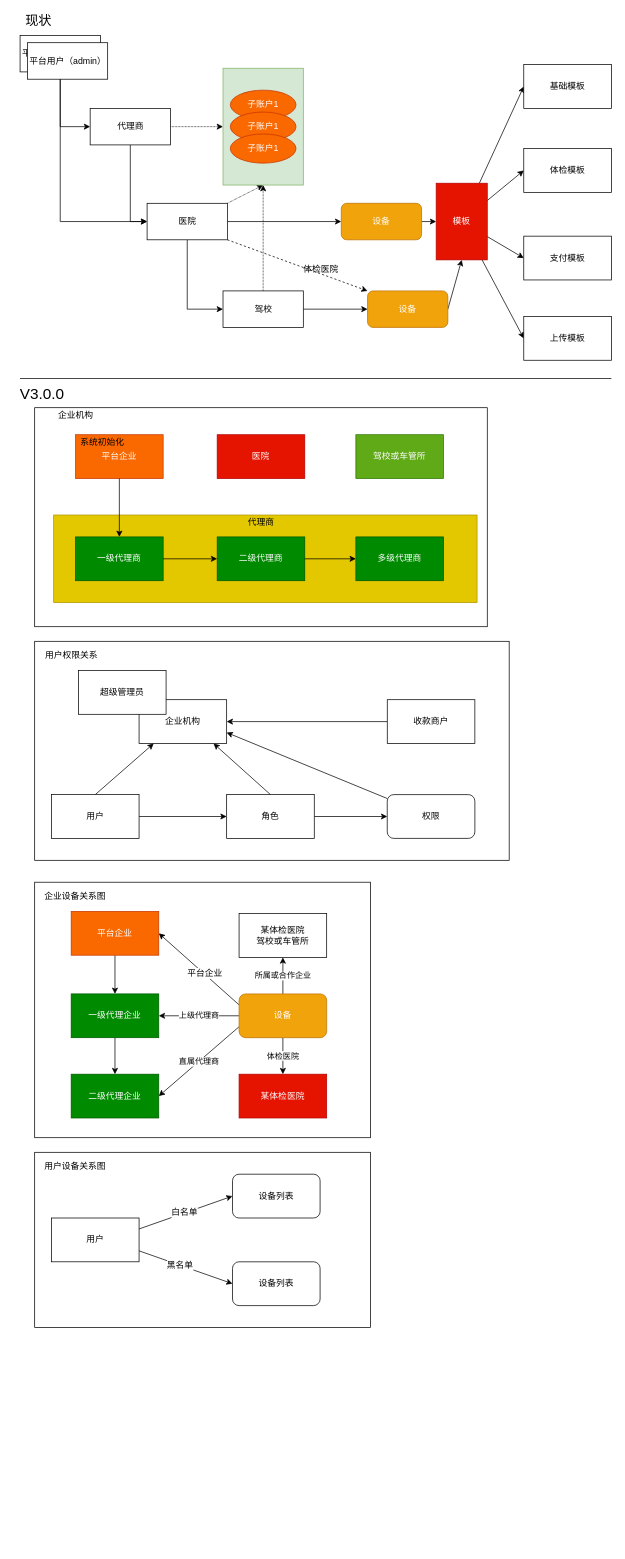
FifteenLab/test keeps this draw.io diagram as page "用户体系模型" (3 of 5) of V3.0.0.drawio. Above is the earlier version. Source tidied: cells renumbered, new cells numbered last; positions are measured from the earlier drawing's top-left corner, leaving out a move shared by most shapes. Both pictures are drawn from the tidied source at 73%, with x=0, y=0 at pixel (12, 13).
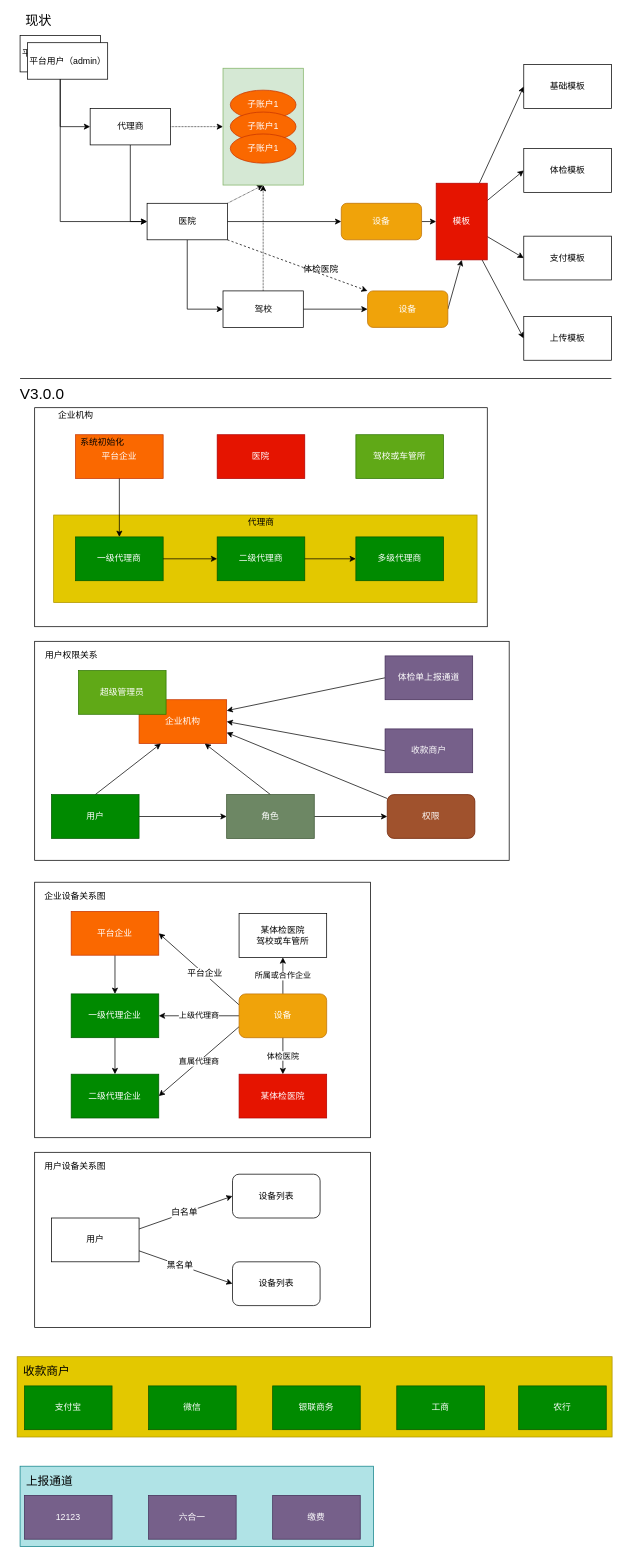
Above is the later version.

Change to the diagram source:
```diff
@@
+    <mxCell id="98" style="rounded=0;whiteSpace=wrap;html=1;fillColor=#b0e3e6;strokeColor=#0e8088;" parent="1" vertex="1">
+      <mxGeometry x="10" y="1990" width="484" height="110" as="geometry" />
+    </mxCell>
@@
-    <mxCell id="51" value="企业机构" style="rounded=0;whiteSpace=wrap;html=1;" parent="1" vertex="1">
+    <mxCell id="51" value="企业机构" style="rounded=0;whiteSpace=wrap;html=1;fillColor=#fa6800;strokeColor=#C73500;fontColor=#ffffff;" parent="1" vertex="1">
       <mxGeometry x="173" y="940" width="120" height="60" as="geometry" />
     </mxCell>
-    <mxCell id="52" style="edgeStyle=none;rounded=0;jettySize=auto;html=1;exitX=0.5;exitY=0;exitDx=0;exitDy=0;entryX=0.85;entryY=1;entryDx=0;entryDy=0;entryPerimeter=0;" parent="1" edge="1" source="54" target="51">
+    <mxCell id="52" style="edgeStyle=none;rounded=0;jettySize=auto;html=1;exitX=0.5;exitY=0;exitDx=0;exitDy=0;entryX=0.75;entryY=1;entryDx=0;entryDy=0;" parent="1" edge="1" source="54" target="51">
       <mxGeometry relative="1" as="geometry" />
     </mxCell>
@@
-    <mxCell id="54" value="角色" style="rounded=0;whiteSpace=wrap;html=1;" parent="1" vertex="1">
+    <mxCell id="54" value="角色" style="rounded=0;whiteSpace=wrap;html=1;fillColor=#6d8764;strokeColor=#3A5431;fontColor=#ffffff;" parent="1" vertex="1">
       <mxGeometry x="293" y="1070" width="120" height="60" as="geometry" />
     </mxCell>
-    <mxCell id="55" style="edgeStyle=none;rounded=0;jettySize=auto;html=1;exitX=0.5;exitY=0;exitDx=0;exitDy=0;entryX=0.167;entryY=1;entryDx=0;entryDy=0;entryPerimeter=0;" parent="1" edge="1" source="57" target="51">
+    <mxCell id="55" style="edgeStyle=none;rounded=0;jettySize=auto;html=1;exitX=0.5;exitY=0;exitDx=0;exitDy=0;entryX=0.25;entryY=1;entryDx=0;entryDy=0;" parent="1" edge="1" source="57" target="51">
       <mxGeometry relative="1" as="geometry" />
     </mxCell>
@@
-    <mxCell id="57" value="用户" style="rounded=0;whiteSpace=wrap;html=1;" parent="1" vertex="1">
+    <mxCell id="57" value="用户" style="rounded=0;whiteSpace=wrap;html=1;fillColor=#008a00;strokeColor=#005700;fontColor=#ffffff;" parent="1" vertex="1">
       <mxGeometry x="53" y="1070" width="120" height="60" as="geometry" />
     </mxCell>
@@
-    <mxCell id="59" value="权限" style="rounded=1;whiteSpace=wrap;html=1;" parent="1" vertex="1">
+    <mxCell id="59" value="权限" style="rounded=1;whiteSpace=wrap;html=1;fillColor=#a0522d;strokeColor=#6D1F00;fontColor=#ffffff;" parent="1" vertex="1">
       <mxGeometry x="513" y="1070" width="120" height="60" as="geometry" />
     </mxCell>
-    <mxCell id="60" value="超级管理员" style="rounded=0;whiteSpace=wrap;html=1;" parent="1" vertex="1">
+    <mxCell id="60" value="超级管理员" style="rounded=0;whiteSpace=wrap;html=1;fillColor=#60a917;strokeColor=#2D7600;fontColor=#ffffff;" parent="1" vertex="1">
       <mxGeometry x="90" y="900" width="120" height="60" as="geometry" />
     </mxCell>
@@
-    <mxCell id="83" style="edgeStyle=none;rounded=0;jettySize=auto;html=1;" parent="1" edge="1" source="84" target="51">
+    <mxCell id="83" style="edgeStyle=none;rounded=0;jettySize=auto;html=1;entryX=1;entryY=0.5;entryDx=0;entryDy=0;exitX=0;exitY=0.5;exitDx=0;exitDy=0;" parent="1" edge="1" source="84" target="51">
       <mxGeometry relative="1" as="geometry" />
     </mxCell>
-    <mxCell id="84" value="收款商户" style="rounded=0;whiteSpace=wrap;html=1;" parent="1" vertex="1">
-      <mxGeometry x="513" y="940" width="120" height="60" as="geometry" />
+    <mxCell id="84" value="收款商户" style="rounded=0;whiteSpace=wrap;html=1;fillColor=#76608a;strokeColor=#432D57;fontColor=#ffffff;" parent="1" vertex="1">
+      <mxGeometry x="510" y="980" width="120" height="60" as="geometry" />
     </mxCell>
@@
+    <mxCell id="99" style="edgeStyle=none;rounded=0;jettySize=auto;html=1;exitX=0;exitY=0.5;exitDx=0;exitDy=0;entryX=1;entryY=0.25;entryDx=0;entryDy=0;" parent="1" edge="1" source="100" target="51">
+      <mxGeometry relative="1" as="geometry" />
+    </mxCell>
+    <mxCell id="100" value="体检单上报通道" style="rounded=0;whiteSpace=wrap;html=1;fillColor=#76608a;strokeColor=#432D57;fontColor=#ffffff;" parent="1" vertex="1">
+      <mxGeometry x="510" y="880" width="120" height="60" as="geometry" />
+    </mxCell>
+    <mxCell id="101" style="rounded=0;whiteSpace=wrap;html=1;fillColor=#e3c800;strokeColor=#B09500;fontColor=#ffffff;" parent="1" vertex="1">
+      <mxGeometry x="6" y="1840" width="815" height="110" as="geometry" />
+    </mxCell>
+    <mxCell id="102" value="支付宝" style="rounded=0;whiteSpace=wrap;html=1;fillColor=#008a00;strokeColor=#005700;fontColor=#ffffff;" parent="1" vertex="1">
+      <mxGeometry x="16" y="1880" width="120" height="60" as="geometry" />
+    </mxCell>
+    <mxCell id="103" value="微信" style="rounded=0;whiteSpace=wrap;html=1;fillColor=#008a00;strokeColor=#005700;fontColor=#ffffff;" parent="1" vertex="1">
+      <mxGeometry x="186" y="1880" width="120" height="60" as="geometry" />
+    </mxCell>
+    <mxCell id="104" value="银联商务" style="rounded=0;whiteSpace=wrap;html=1;fillColor=#008a00;strokeColor=#005700;fontColor=#ffffff;" parent="1" vertex="1">
+      <mxGeometry x="356" y="1880" width="120" height="60" as="geometry" />
+    </mxCell>
+    <mxCell id="105" value="工商" style="rounded=0;whiteSpace=wrap;html=1;fillColor=#008a00;strokeColor=#005700;fontColor=#ffffff;" parent="1" vertex="1">
+      <mxGeometry x="526" y="1880" width="120" height="60" as="geometry" />
+    </mxCell>
+    <mxCell id="106" value="农行" style="rounded=0;whiteSpace=wrap;html=1;fillColor=#008a00;strokeColor=#005700;fontColor=#ffffff;" parent="1" vertex="1">
+      <mxGeometry x="693" y="1880" width="120" height="60" as="geometry" />
+    </mxCell>
+    <mxCell id="107" value="&lt;font style=&quot;font-size: 16px&quot;&gt;收款商户&lt;/font&gt;" style="text;html=1;align=center;verticalAlign=middle;" parent="1" vertex="1">
+      <mxGeometry x="6" y="1850" width="80" height="20" as="geometry" />
+    </mxCell>
+    <mxCell id="108" value="12123" style="rounded=0;whiteSpace=wrap;html=1;fillColor=#76608a;strokeColor=#432D57;fontColor=#ffffff;" parent="1" vertex="1">
+      <mxGeometry x="16" y="2030" width="120" height="60" as="geometry" />
+    </mxCell>
+    <mxCell id="109" value="六合一" style="rounded=0;whiteSpace=wrap;html=1;fillColor=#76608a;strokeColor=#432D57;fontColor=#ffffff;" parent="1" vertex="1">
+      <mxGeometry x="186" y="2030" width="120" height="60" as="geometry" />
+    </mxCell>
+    <mxCell id="110" value="缴费" style="rounded=0;whiteSpace=wrap;html=1;fillColor=#76608a;strokeColor=#432D57;fontColor=#ffffff;" parent="1" vertex="1">
+      <mxGeometry x="356" y="2030" width="120" height="60" as="geometry" />
+    </mxCell>
+    <mxCell id="111" value="&lt;span style=&quot;font-size: 16px&quot;&gt;上报通道&lt;/span&gt;" style="text;html=1;align=center;verticalAlign=middle;" parent="1" vertex="1">
+      <mxGeometry x="10" y="2000" width="80" height="20" as="geometry" />
+    </mxCell>
```
